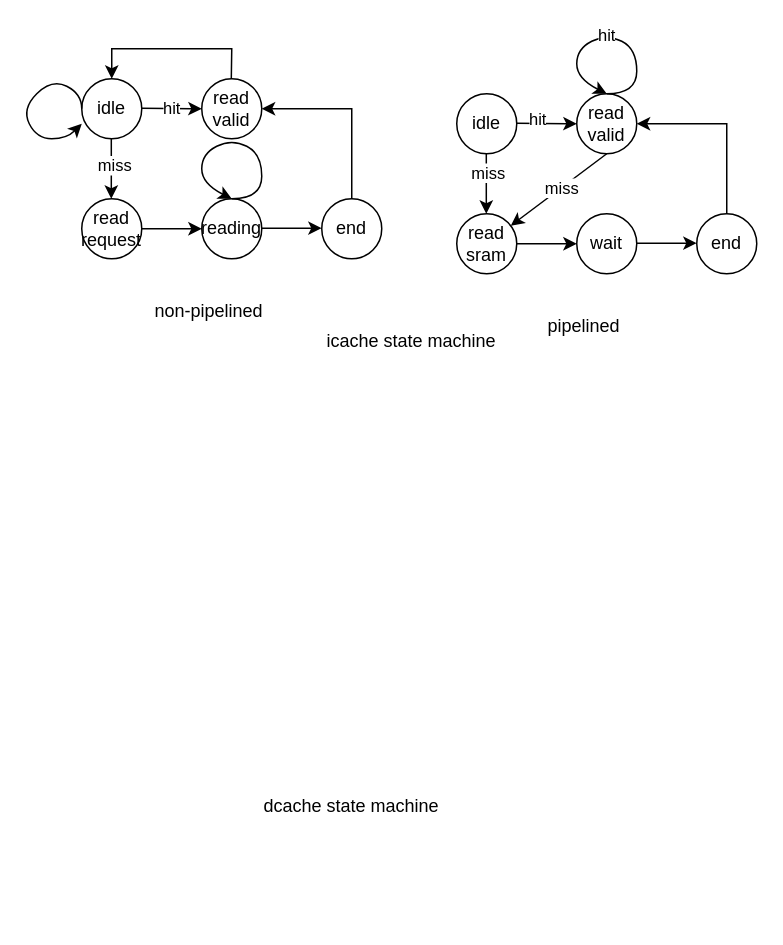
Above: cpu.drawio in DavidZyy/drawio_repo (draw.io), before the change. Source tidied: cells renumbered, new cells numbered last; positions are measured from the earlier drawing's top-left corner, leaving out a move shared by most shapes. Both pictures are drawn from the tidied source at 150%, with x=0, y=0 at pixel (21, 33).
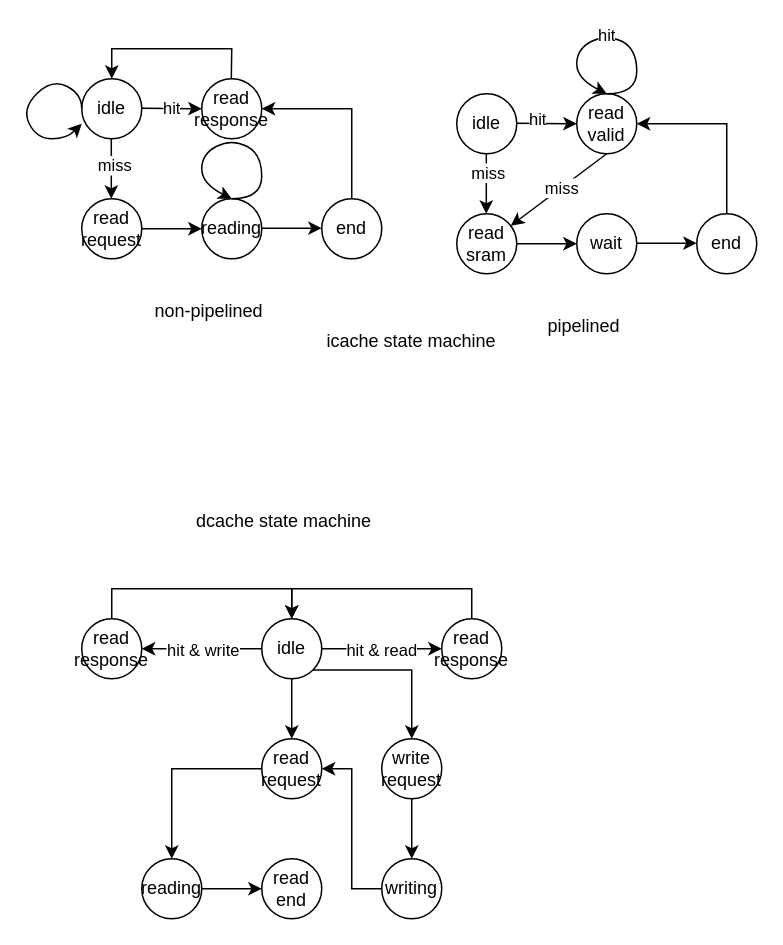
Above is the later version.

The edit, as a diff of the source:
```diff
@@
-    <mxCell id="3" value="read valid" style="ellipse;whiteSpace=wrap;html=1;" parent="1" vertex="1">
+    <mxCell id="3" value="read response" style="ellipse;whiteSpace=wrap;html=1;" parent="1" vertex="1">
       <mxGeometry x="120" y="30" width="40" height="40" as="geometry" />
     </mxCell>
@@
     <mxCell id="36" value="dcache state machine" style="text;strokeColor=none;align=center;fillColor=none;html=1;verticalAlign=middle;whiteSpace=wrap;rounded=0;" parent="1" vertex="1">
-      <mxGeometry x="85" y="500" width="270" height="30" as="geometry" />
+      <mxGeometry x="40" y="310" width="270" height="30" as="geometry" />
     </mxCell>
+    <mxCell id="37" style="edgeStyle=orthogonalEdgeStyle;rounded=0;jettySize=auto;html=1;exitX=1;exitY=0.5;exitDx=0;exitDy=0;entryX=0;entryY=0.5;entryDx=0;entryDy=0;" parent="1" edge="1" source="43" target="45">
+      <mxGeometry relative="1" as="geometry" />
+    </mxCell>
+    <mxCell id="38" value="hit &amp;amp; read" style="edgeLabel;html=1;align=center;verticalAlign=middle;" parent="37" vertex="1">
+      <mxGeometry x="-0.34" y="2" relative="1" as="geometry">
+        <mxPoint x="13" y="2" as="offset" />
+      </mxGeometry>
+    </mxCell>
+    <mxCell id="39" style="edgeStyle=orthogonalEdgeStyle;rounded=0;jettySize=auto;html=1;exitX=0;exitY=0.5;exitDx=0;exitDy=0;entryX=1;entryY=0.5;entryDx=0;entryDy=0;" parent="1" edge="1" source="43" target="47">
+      <mxGeometry relative="1" as="geometry" />
+    </mxCell>
+    <mxCell id="40" value="hit &amp;amp; write" style="edgeLabel;html=1;align=center;verticalAlign=middle;" parent="39" vertex="1">
+      <mxGeometry x="0.08" relative="1" as="geometry">
+        <mxPoint x="3" as="offset" />
+      </mxGeometry>
+    </mxCell>
+    <mxCell id="41" style="edgeStyle=orthogonalEdgeStyle;rounded=0;jettySize=auto;html=1;exitX=0.5;exitY=1;exitDx=0;exitDy=0;entryX=0.5;entryY=0;entryDx=0;entryDy=0;" parent="1" edge="1" source="43" target="49">
+      <mxGeometry relative="1" as="geometry" />
+    </mxCell>
+    <mxCell id="42" style="edgeStyle=orthogonalEdgeStyle;rounded=0;jettySize=auto;html=1;exitX=1;exitY=1;exitDx=0;exitDy=0;entryX=0.5;entryY=0;entryDx=0;entryDy=0;" parent="1" edge="1" source="43" target="51">
+      <mxGeometry relative="1" as="geometry" />
+    </mxCell>
+    <mxCell id="43" value="idle" style="ellipse;whiteSpace=wrap;html=1;" parent="1" vertex="1">
+      <mxGeometry x="160" y="390" width="40" height="40" as="geometry" />
+    </mxCell>
+    <mxCell id="44" style="edgeStyle=orthogonalEdgeStyle;rounded=0;jettySize=auto;html=1;exitX=0.5;exitY=0;exitDx=0;exitDy=0;entryX=0.5;entryY=0;entryDx=0;entryDy=0;" parent="1" edge="1" source="45" target="43">
+      <mxGeometry relative="1" as="geometry" />
+    </mxCell>
+    <mxCell id="45" value="read&lt;br&gt;response" style="ellipse;whiteSpace=wrap;html=1;" parent="1" vertex="1">
+      <mxGeometry x="280" y="390" width="40" height="40" as="geometry" />
+    </mxCell>
+    <mxCell id="46" style="edgeStyle=orthogonalEdgeStyle;rounded=0;jettySize=auto;html=1;exitX=0.5;exitY=0;exitDx=0;exitDy=0;entryX=0.5;entryY=0;entryDx=0;entryDy=0;" parent="1" edge="1" source="47" target="43">
+      <mxGeometry relative="1" as="geometry" />
+    </mxCell>
+    <mxCell id="47" value="read&lt;br&gt;response" style="ellipse;whiteSpace=wrap;html=1;" parent="1" vertex="1">
+      <mxGeometry x="40" y="390" width="40" height="40" as="geometry" />
+    </mxCell>
+    <mxCell id="48" style="edgeStyle=orthogonalEdgeStyle;rounded=0;jettySize=auto;html=1;exitX=0;exitY=0.5;exitDx=0;exitDy=0;entryX=0.5;entryY=0;entryDx=0;entryDy=0;" parent="1" edge="1" source="49" target="53">
+      <mxGeometry relative="1" as="geometry" />
+    </mxCell>
+    <mxCell id="49" value="read&lt;br&gt;request" style="ellipse;whiteSpace=wrap;html=1;" parent="1" vertex="1">
+      <mxGeometry x="160" y="470" width="40" height="40" as="geometry" />
+    </mxCell>
+    <mxCell id="50" style="edgeStyle=orthogonalEdgeStyle;rounded=0;jettySize=auto;html=1;exitX=0.5;exitY=1;exitDx=0;exitDy=0;entryX=0.5;entryY=0;entryDx=0;entryDy=0;" parent="1" edge="1" source="51" target="55">
+      <mxGeometry relative="1" as="geometry" />
+    </mxCell>
+    <mxCell id="51" value="write&lt;br&gt;request" style="ellipse;whiteSpace=wrap;html=1;" parent="1" vertex="1">
+      <mxGeometry x="240" y="470" width="40" height="40" as="geometry" />
+    </mxCell>
+    <mxCell id="52" style="edgeStyle=orthogonalEdgeStyle;rounded=0;jettySize=auto;html=1;exitX=1;exitY=0.5;exitDx=0;exitDy=0;entryX=0;entryY=0.5;entryDx=0;entryDy=0;" parent="1" edge="1" source="53" target="56">
+      <mxGeometry relative="1" as="geometry" />
+    </mxCell>
+    <mxCell id="53" value="reading" style="ellipse;whiteSpace=wrap;html=1;" parent="1" vertex="1">
+      <mxGeometry x="80" y="550" width="40" height="40" as="geometry" />
+    </mxCell>
+    <mxCell id="54" style="edgeStyle=orthogonalEdgeStyle;rounded=0;jettySize=auto;html=1;exitX=0;exitY=0.5;exitDx=0;exitDy=0;entryX=1;entryY=0.5;entryDx=0;entryDy=0;" parent="1" edge="1" source="55" target="49">
+      <mxGeometry relative="1" as="geometry" />
+    </mxCell>
+    <mxCell id="55" value="writing" style="ellipse;whiteSpace=wrap;html=1;" parent="1" vertex="1">
+      <mxGeometry x="240" y="550" width="40" height="40" as="geometry" />
+    </mxCell>
+    <mxCell id="56" value="read&lt;br&gt;end" style="ellipse;whiteSpace=wrap;html=1;" parent="1" vertex="1">
+      <mxGeometry x="160" y="550" width="40" height="40" as="geometry" />
+    </mxCell>
```
